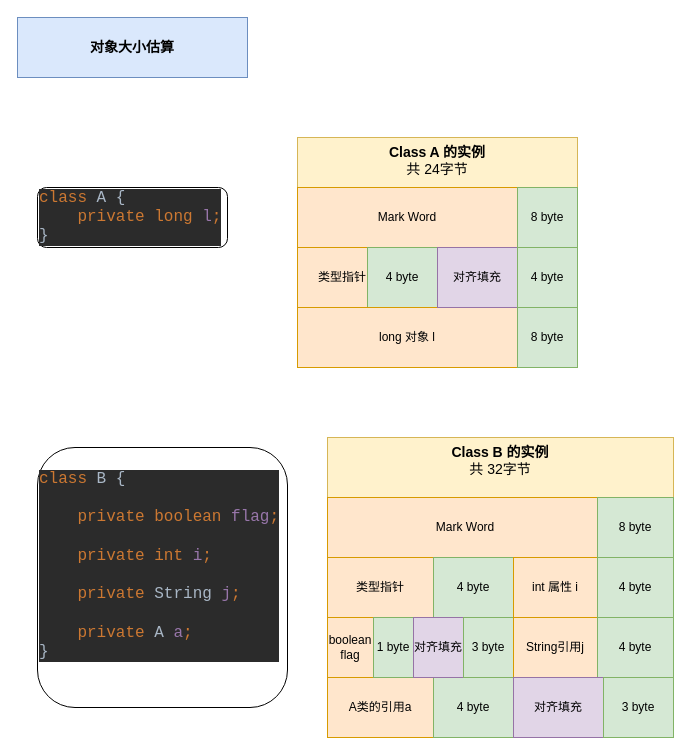
YinggangDong/diagrams keeps this draw.io diagram as jvm/HotSpot虚拟机估算对象大小.drawio. Above is the earlier version. Source tidied: cells renumbered, new cells numbered last; positions are measured from the earlier drawing's top-left corner, leaving out a move shared by most shapes. Both pictures are drawn from the tidied source at 100%, with x=0, y=0 at pixel (17, 17).
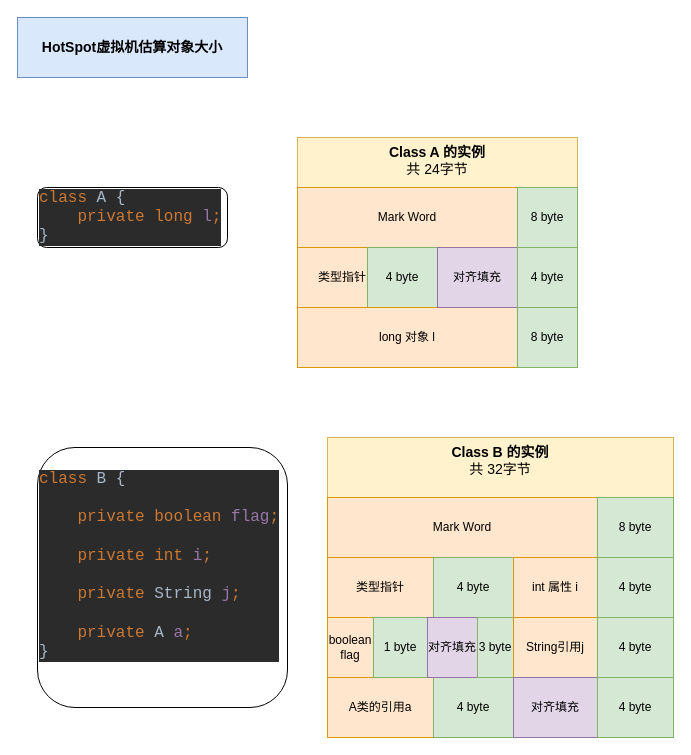
The same diagram, later.

Commit message (it also covers changes not shown here):
Update HotSpot虚拟机估算对象大小.drawio

Change to the diagram source:
```diff
@@
     <mxCell id="2" value="&lt;font style=&quot;font-size: 14px&quot;&gt;&lt;b&gt;Class A 的实例&lt;/b&gt;&lt;br&gt;共 24字节&lt;/font&gt;" style="rounded=0;whiteSpace=wrap;html=1;verticalAlign=top;fillColor=#fff2cc;strokeColor=#d6b656;" parent="1" vertex="1">
-      <mxGeometry x="280" y="120" width="280" height="230" as="geometry" />
+      <mxGeometry x="280" y="120" width="280" height="50" as="geometry" />
     </mxCell>
@@
-    <mxCell id="9" value="&lt;b&gt;&lt;font style=&quot;font-size: 14px&quot;&gt;对象大小估算&lt;/font&gt;&lt;/b&gt;" style="rounded=0;whiteSpace=wrap;html=1;fillColor=#dae8fc;strokeColor=#6c8ebf;" parent="1" vertex="1">
+    <mxCell id="9" value="&lt;b&gt;&lt;font style=&quot;font-size: 14px&quot;&gt;HotSpot虚拟机估算对象大小&lt;/font&gt;&lt;/b&gt;" style="rounded=0;whiteSpace=wrap;html=1;fillColor=#dae8fc;strokeColor=#6c8ebf;" parent="1" vertex="1">
       <mxGeometry width="230" height="60" as="geometry" />
     </mxCell>
@@
     <mxCell id="14" value="Mark Word" style="rounded=0;whiteSpace=wrap;html=1;fillColor=#ffe6cc;strokeColor=#d79b00;" parent="1" vertex="1">
-      <mxGeometry x="310" y="480" width="276" height="60" as="geometry" />
+      <mxGeometry x="310" y="480" width="270" height="60" as="geometry" />
     </mxCell>
@@
     <mxCell id="24" value="1 byte" style="rounded=0;whiteSpace=wrap;html=1;fillColor=#d5e8d4;strokeColor=#82b366;" parent="1" vertex="1">
-      <mxGeometry x="356" y="600" width="40" height="60" as="geometry" />
+      <mxGeometry x="356" y="600" width="54" height="60" as="geometry" />
     </mxCell>
     <mxCell id="25" value="对齐填充" style="rounded=0;whiteSpace=wrap;html=1;fillColor=#e1d5e7;strokeColor=#9673a6;" parent="1" vertex="1">
-      <mxGeometry x="396" y="600" width="50" height="60" as="geometry" />
+      <mxGeometry x="410" y="600" width="50" height="60" as="geometry" />
     </mxCell>
     <mxCell id="26" value="3 byte" style="rounded=0;whiteSpace=wrap;html=1;fillColor=#d5e8d4;strokeColor=#82b366;" parent="1" vertex="1">
-      <mxGeometry x="446" y="600" width="50" height="60" as="geometry" />
+      <mxGeometry x="460" y="600" width="36" height="60" as="geometry" />
     </mxCell>
@@
     <mxCell id="29" value="对齐填充" style="rounded=0;whiteSpace=wrap;html=1;fillColor=#e1d5e7;strokeColor=#9673a6;" parent="1" vertex="1">
-      <mxGeometry x="496" y="660" width="90" height="60" as="geometry" />
+      <mxGeometry x="496" y="660" width="84" height="60" as="geometry" />
     </mxCell>
-    <mxCell id="30" value="3 byte" style="rounded=0;whiteSpace=wrap;html=1;fillColor=#d5e8d4;strokeColor=#82b366;" parent="1" vertex="1">
-      <mxGeometry x="586" y="660" width="70" height="60" as="geometry" />
+    <mxCell id="30" value="4 byte" style="rounded=0;whiteSpace=wrap;html=1;fillColor=#d5e8d4;strokeColor=#82b366;" parent="1" vertex="1">
+      <mxGeometry x="580" y="660" width="76" height="60" as="geometry" />
     </mxCell>
```
